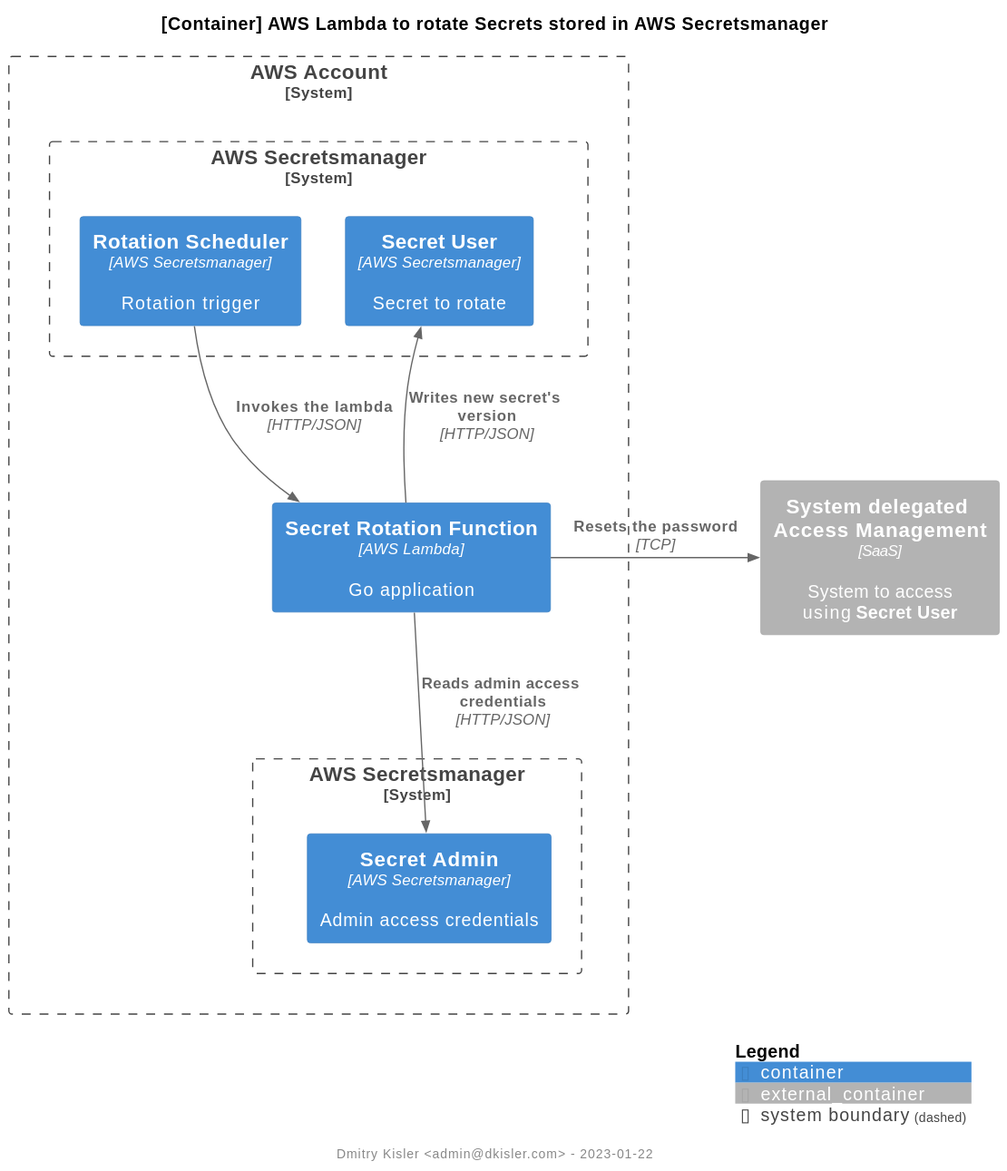
The PlantUML diagram architecture.svg in kislerdm/aws-lambda-secret-rotation, before a commit.
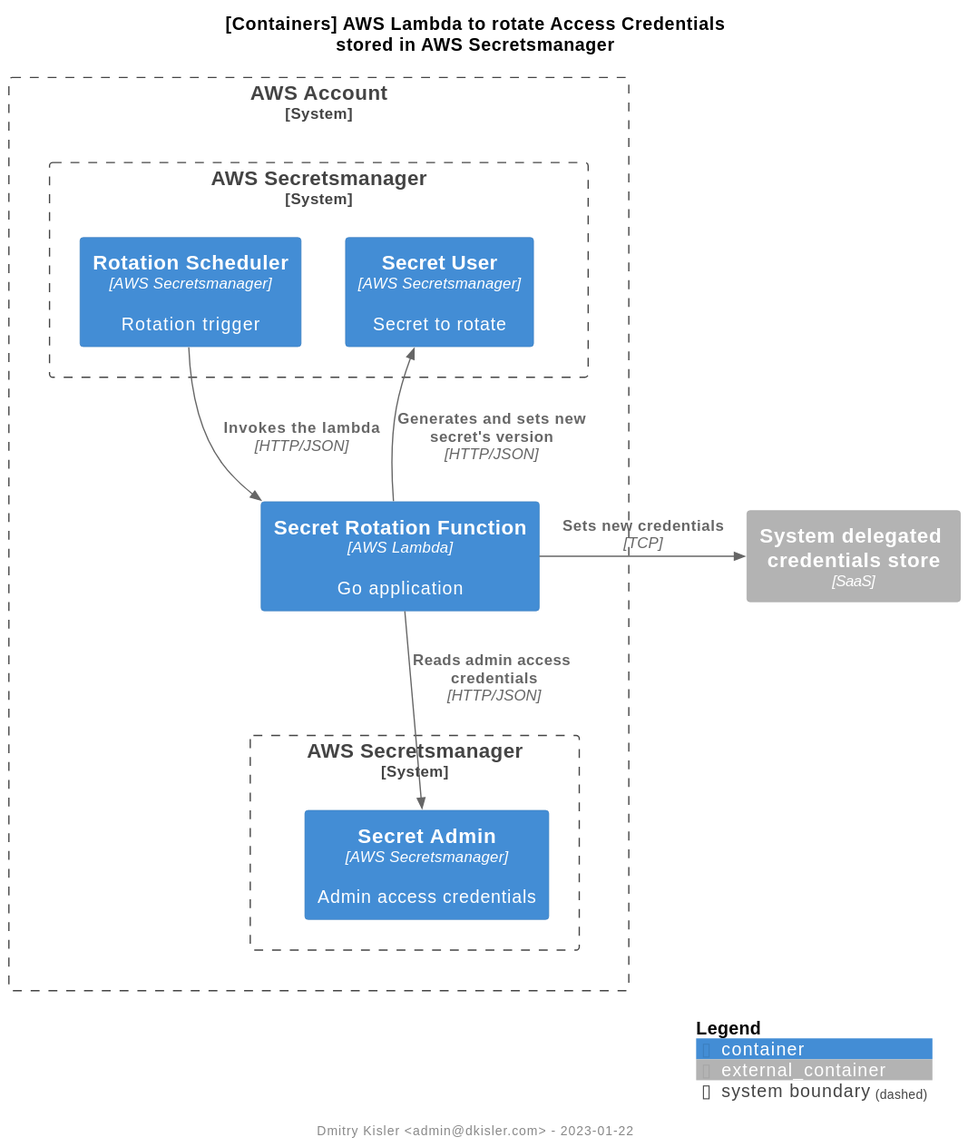
The same diagram one commit later.

The edit, as a diff of the source:
```diff
@@ -2,7 +2,7 @@
 
 !include https://raw.githubusercontent.com/plantuml-stdlib/C4-PlantUML/master/C4_Container.puml
 
-title "[Container] AWS Lambda to rotate Secrets stored in AWS Secretsmanager"
+title "[Containers] AWS Lambda to rotate Access Credentials\nstored in AWS Secretsmanager"
 
 footer "Dmitry Kisler <admin@dkisler.com> - %date('yyyy-MM-dd')"
 
@@ -20,16 +20,16 @@
     }
 }
 
-Container_Ext(service, "System delegated Access Management", "SaaS", "System to access\nusing <b>Secret User</b>")
+Container_Ext(service, "System delegated credentials store", "SaaS")
 
 Lay_U(lambda, sm_container)
 Lay_L(lambda, sm_container_admin)
 Lay_R(schedule, sm)
 
 Rel(schedule, lambda, "Invokes the lambda", "HTTP/JSON")
-Rel(lambda, sm, "Writes new secret's version", "HTTP/JSON")
+Rel(lambda, sm, "Generates and sets new secret's version", "HTTP/JSON")
 Rel(lambda, sm_admin, "Reads admin access credentials", "HTTP/JSON")
-Rel_R(lambda, service, "Resets the password", "TCP")
+Rel_R(lambda, service, "Sets new credentials", "TCP")
 
 SHOW_LEGEND()
 
```
